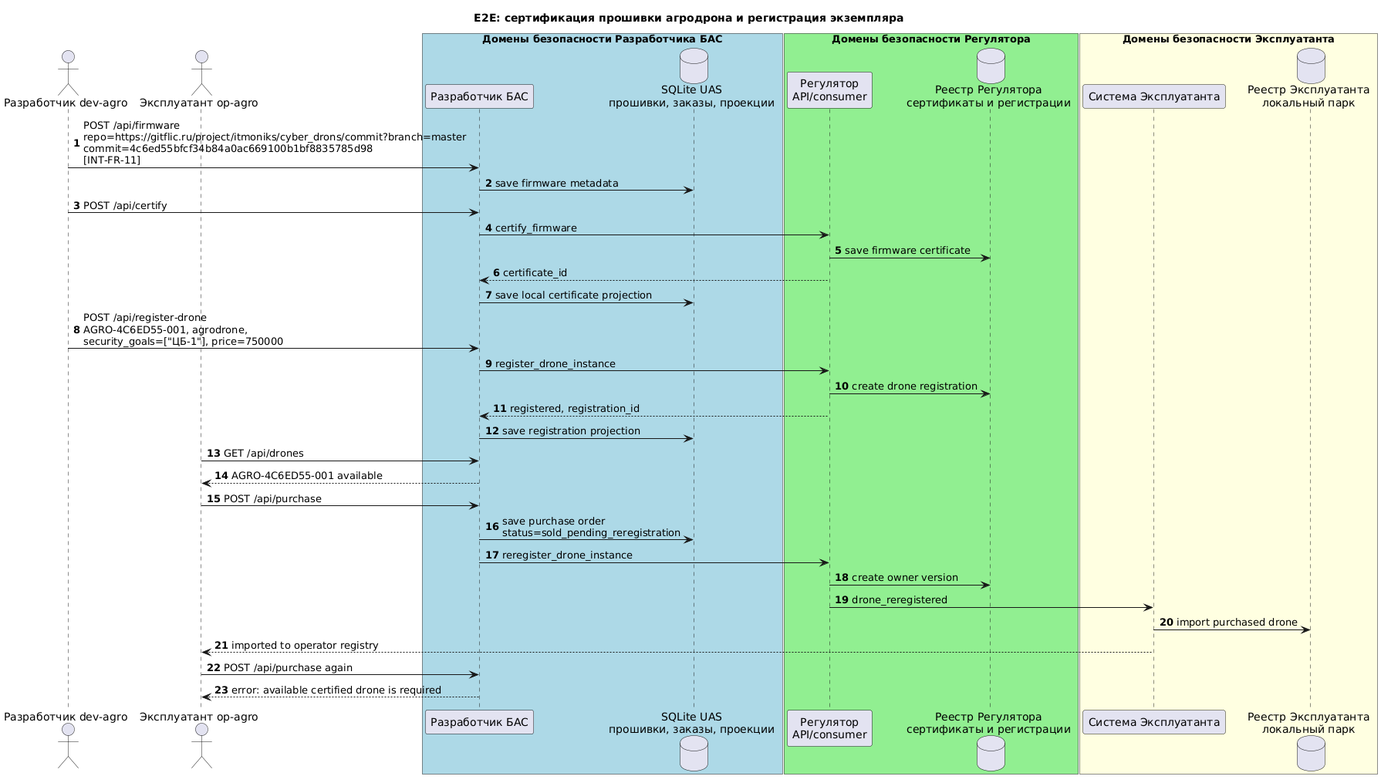
Before: systems/uas_dev_company/docs/diagrams/integration_agrodrone_e2e.png, a diagram exported from PlantUML (sergeysobolev-spbu/sbd-drones-economics).
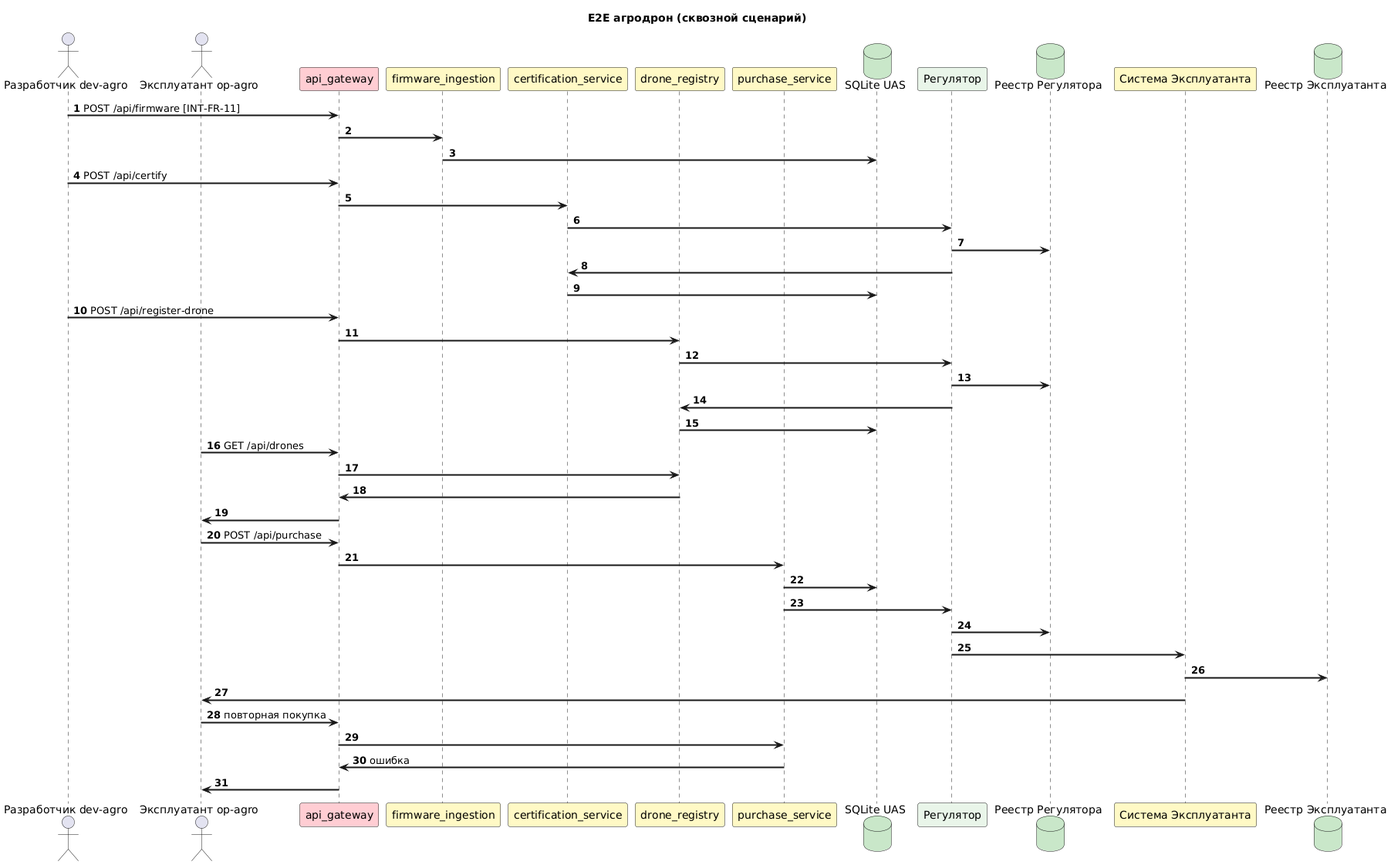
Later version of the same file.

The edit, as a diff of the source:
```diff
@@ -1,45 +1,51 @@
 @startuml integration_agrodrone_e2e
-title E2E: сертификация прошивки агродрона и регистрация экземпляра
+title E2E агродрон (сквозной сценарий)
+
+skinparam ArrowThickness 2
 
 autonumber
 actor "Разработчик dev-agro" as Dev
 actor "Эксплуатант op-agro" as Op
-box "Домены безопасности Разработчика БАС" #LightBlue
-    participant "Разработчик БАС" as UAS
-    database "SQLite UAS\nпрошивки, заказы, проекции" as UASDB
-end box
+participant "api_gateway" as GW #FFCDD2
+participant "firmware_ingestion" as FW #FFF9C4
+participant "certification_service" as CS #FFF9C4
+participant "drone_registry" as DR #FFF9C4
+participant "purchase_service" as PS #FFF9C4
+database "SQLite UAS" as UASDB #C8E6C9
+participant "Регулятор" as REG #E8F5E9
+database "Реестр Регулятора" as REGDB #C8E6C9
+participant "Система Эксплуатанта" as OPS #FFF9C4
+database "Реестр Эксплуатанта" as ODB #C8E6C9
 
-box "Домены безопасности Регулятора" #LightGreen
-    participant "Регулятор\nAPI/consumer" as REG
-    database "Реестр Регулятора\nсертификаты и регистрации" as REGDB
-end box
-
-box "Домены безопасности Эксплуатанта" #LightYellow
-    participant "Система Эксплуатанта" as OPS
-    database "Реестр Эксплуатанта\nлокальный парк" as ODB
-end box
-
-Dev -> UAS : POST /api/firmware\nrepo=https://gitflic.ru/project/itmoniks/cyber_drons/commit?branch=master\ncommit=4c6ed55bfcf34b84a0ac669100b1bf8835785d98\n[INT-FR-11]
-UAS -> UASDB : save firmware metadata
-Dev -> UAS : POST /api/certify
-UAS -> REG : certify_firmware
-REG -> REGDB : save firmware certificate
-REG --> UAS : certificate_id
-UAS -> UASDB : save local certificate projection
-Dev -> UAS : POST /api/register-drone\nAGRO-4C6ED55-001, agrodrone,\nsecurity_goals=["ЦБ-1"], price=750000
-UAS -> REG : register_drone_instance
-REG -> REGDB : create drone registration
-REG --> UAS : registered, registration_id
-UAS -> UASDB : save registration projection
-Op -> UAS : GET /api/drones
-UAS --> Op : AGRO-4C6ED55-001 available
-Op -> UAS : POST /api/purchase
-UAS -> UASDB : save purchase order\nstatus=sold_pending_reregistration
-UAS -> REG : reregister_drone_instance
-REG -> REGDB : create owner version
-REG -> OPS : drone_reregistered
-OPS -> ODB : import purchased drone
-OPS --> Op : imported to operator registry
-Op -> UAS : POST /api/purchase again
-UAS --> Op : error: available certified drone is required
+Dev -> GW : POST /api/firmware [INT-FR-11]
+GW -> FW
+FW -> UASDB
+Dev -> GW : POST /api/certify
+GW -> CS
+CS -> REG
+REG -> REGDB
+REG -> CS
+CS -> UASDB
+Dev -> GW : POST /api/register-drone
+GW -> DR
+DR -> REG
+REG -> REGDB
+REG -> DR
+DR -> UASDB
+Op -> GW : GET /api/drones
+GW -> DR
+DR -> GW
+GW -> Op
+Op -> GW : POST /api/purchase
+GW -> PS
+PS -> UASDB
+PS -> REG
+REG -> REGDB
+REG -> OPS
+OPS -> ODB
+OPS -> Op
+Op -> GW : повторная покупка
+GW -> PS
+PS -> GW : ошибка
+GW -> Op
 @enduml
```
